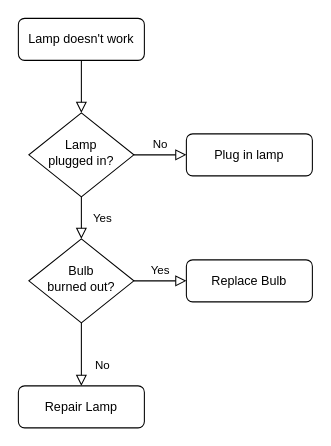
Before: course/week_1/terraform_setup/Untitled Diagram.drawio in mastertilla/data-engineering-project, a draw.io diagram. Source tidied: cells renumbered, new cells numbered last; positions are measured from the earlier drawing's top-left corner, leaving out a move shared by most shapes. Both pictures are drawn from the tidied source at 105%, with x=0, y=0 at pixel (18, 18).
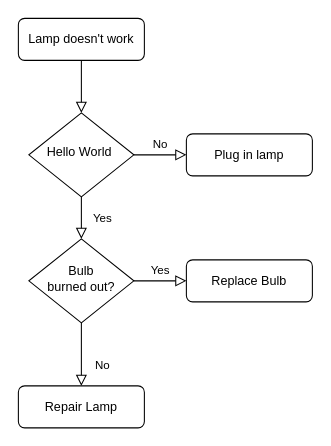
The same diagram, later.

The edit, as a diff of the source:
```diff
@@
 <mxGraphModel>
   <root>
     <mxCell id="0" />
     <mxCell id="1" parent="0" />
     <mxCell id="2" style="rounded=0;html=1;jettySize=auto;fontSize=11;endArrow=block;endFill=0;endSize=8;strokeWidth=1;shadow=0;labelBackgroundColor=none;edgeStyle=orthogonalEdgeStyle;" parent="1" edge="1" source="3" target="6">
       <mxGeometry relative="1" as="geometry" />
     </mxCell>
     <mxCell id="3" value="Lamp doesn't work" style="rounded=1;whiteSpace=wrap;html=1;fontSize=12;glass=0;strokeWidth=1;shadow=0;" parent="1" vertex="1">
       <mxGeometry width="120" height="40" as="geometry" />
     </mxCell>
     <mxCell id="4" value="Yes" style="rounded=0;html=1;jettySize=auto;fontSize=11;endArrow=block;endFill=0;endSize=8;strokeWidth=1;shadow=0;labelBackgroundColor=none;edgeStyle=orthogonalEdgeStyle;" parent="1" edge="1" source="6" target="10">
       <mxGeometry y="20" relative="1" as="geometry" />
     </mxCell>
     <mxCell id="5" value="No" style="edgeStyle=orthogonalEdgeStyle;rounded=0;html=1;jettySize=auto;fontSize=11;endArrow=block;endFill=0;endSize=8;strokeWidth=1;shadow=0;labelBackgroundColor=none;" parent="1" edge="1" source="6" target="7">
       <mxGeometry y="10" relative="1" as="geometry" />
     </mxCell>
-    <mxCell id="6" value="Lamp&lt;br&gt;plugged in?" style="rhombus;whiteSpace=wrap;html=1;shadow=0;fontFamily=Helvetica;fontSize=12;align=center;strokeWidth=1;spacing=6;spacingTop=-4;" parent="1" vertex="1">
+    <mxCell id="6" value="Hello World&lt;span style=&quot;white-space: pre;&quot;&gt; &lt;/span&gt;" style="rhombus;whiteSpace=wrap;html=1;shadow=0;fontFamily=Helvetica;fontSize=12;align=center;strokeWidth=1;spacing=6;spacingTop=-4;" parent="1" vertex="1">
       <mxGeometry x="10" y="90" width="100" height="80" as="geometry" />
     </mxCell>
     <mxCell id="7" value="Plug in lamp" style="rounded=1;whiteSpace=wrap;html=1;fontSize=12;glass=0;strokeWidth=1;shadow=0;" parent="1" vertex="1">
       <mxGeometry x="160" y="110" width="120" height="40" as="geometry" />
     </mxCell>
     <mxCell id="8" value="No" style="rounded=0;html=1;jettySize=auto;fontSize=11;endArrow=block;endFill=0;endSize=8;strokeWidth=1;shadow=0;labelBackgroundColor=none;edgeStyle=orthogonalEdgeStyle;" parent="1" edge="1" source="10" target="11">
       <mxGeometry x="0.33" y="20" relative="1" as="geometry" />
     </mxCell>
     <mxCell id="9" value="Yes" style="edgeStyle=orthogonalEdgeStyle;rounded=0;html=1;jettySize=auto;fontSize=11;endArrow=block;endFill=0;endSize=8;strokeWidth=1;shadow=0;labelBackgroundColor=none;" parent="1" edge="1" source="10" target="12">
       <mxGeometry y="10" relative="1" as="geometry" />
     </mxCell>
     <mxCell id="10" value="Bulb&lt;br&gt;burned out?" style="rhombus;whiteSpace=wrap;html=1;shadow=0;fontFamily=Helvetica;fontSize=12;align=center;strokeWidth=1;spacing=6;spacingTop=-4;" parent="1" vertex="1">
       <mxGeometry x="10" y="210" width="100" height="80" as="geometry" />
     </mxCell>
     <mxCell id="11" value="Repair Lamp" style="rounded=1;whiteSpace=wrap;html=1;fontSize=12;glass=0;strokeWidth=1;shadow=0;" parent="1" vertex="1">
       <mxGeometry y="350" width="120" height="40" as="geometry" />
     </mxCell>
     <mxCell id="12" value="Replace Bulb" style="rounded=1;whiteSpace=wrap;html=1;fontSize=12;glass=0;strokeWidth=1;shadow=0;" parent="1" vertex="1">
       <mxGeometry x="160" y="230" width="120" height="40" as="geometry" />
     </mxCell>
   </root>
 </mxGraphModel>
```
